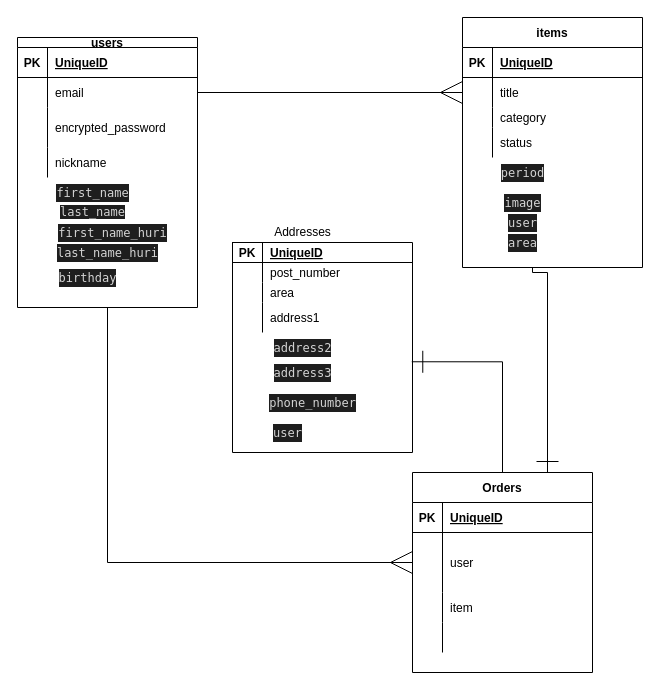
Above: furima.dio in Masahiro6280/furima-36771 (draw.io), before the change. Source tidied: cells renumbered, new cells numbered last; positions are measured from the earlier drawing's top-left corner, leaving out a move shared by most shapes. Both pictures are drawn from the tidied source at 100%, with x=0, y=0 at pixel (17, 17).
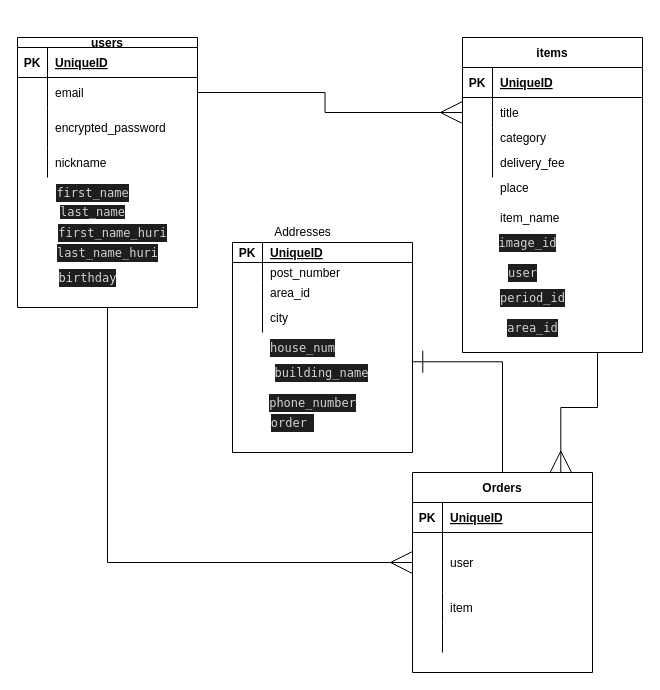
Above is the later version.

The change refers to these unchanged cells:
```xml
<mxCell id="27" style="shape=partialRectangle;fillColor=none;top=0;left=0;bottom=0;right=0;" parent="17" vertex="1">
  <mxGeometry y="110" width="180" height="30" as="geometry" />
</mxCell>
<mxCell id="37" style="shape=partialRectangle;fillColor=none;top=0;left=0;bottom=0;right=0;" parent="30" vertex="1">
  <mxGeometry y="40" width="180" height="20" as="geometry" />
</mxCell>
<mxCell id="40" style="shape=partialRectangle;fillColor=none;top=0;left=0;bottom=0;right=0;" parent="30" vertex="1">
  <mxGeometry y="60" width="180" height="30" as="geometry" />
</mxCell>
<mxCell id="45" value="Orders" style="shape=table;startSize=30;childLayout=tableLayout;rowLines=0;fontStyle=1;align=center;" parent="1" vertex="1">
  <mxGeometry x="395" y="455" width="180" height="200" as="geometry" />
</mxCell>
```

The edit, as a diff of the source:
```diff
@@
-    <mxCell id="16" style="edgeStyle=orthogonalEdgeStyle;rounded=0;jettySize=auto;html=1;endArrow=ERone;endFill=0;entryX=0.75;entryY=0;entryDx=0;entryDy=0;endSize=20;" parent="1" edge="1" target="45">
-      <mxGeometry relative="1" as="geometry">
-        <mxPoint x="530" y="250" as="sourcePoint" />
-        <Array as="points">
-          <mxPoint x="515" y="255" />
-          <mxPoint x="530" y="255" />
-        </Array>
-      </mxGeometry>
-    </mxCell>
+    <mxCell id="72" style="edgeStyle=orthogonalEdgeStyle;rounded=0;jettySize=auto;html=1;exitX=0.75;exitY=1;exitDx=0;exitDy=0;entryX=0.824;entryY=0.003;entryDx=0;entryDy=0;entryPerimeter=0;endArrow=ERmany;endFill=0;endSize=20;strokeWidth=1;" parent="1" edge="1" source="17" target="45">
+      <mxGeometry relative="1" as="geometry" />
+    </mxCell>
     <mxCell id="17" value="items" style="shape=table;startSize=30;childLayout=tableLayout;rowLines=0;fontStyle=1;align=center;" parent="1" vertex="1">
-      <mxGeometry x="445" width="180" height="250" as="geometry" />
+      <mxGeometry x="445" y="20" width="180" height="315" as="geometry" />
     </mxCell>
@@
-    <mxCell id="29" value="status" style="shape=partialRectangle;fillColor=none;top=0;left=0;bottom=0;right=0;align=left;spacingLeft=6;overflow=hidden;" parent="27" vertex="1">
+    <mxCell id="29" value="delivery_fee" style="shape=partialRectangle;fillColor=none;top=0;left=0;bottom=0;right=0;align=left;spacingLeft=6;overflow=hidden;" parent="27" vertex="1">
       <mxGeometry x="30" width="150" height="30" as="geometry" />
     </mxCell>
@@
-    <mxCell id="39" value="area " style="shape=partialRectangle;fillColor=none;top=0;left=0;bottom=0;right=0;align=left;spacingLeft=6;overflow=hidden;" parent="37" vertex="1">
+    <mxCell id="39" value="area_id" style="shape=partialRectangle;fillColor=none;top=0;left=0;bottom=0;right=0;align=left;spacingLeft=6;overflow=hidden;" parent="37" vertex="1">
       <mxGeometry x="30" width="150" height="20" as="geometry" />
     </mxCell>
@@
-    <mxCell id="42" value="address1   " style="shape=partialRectangle;fillColor=none;top=0;left=0;bottom=0;right=0;align=left;spacingLeft=6;overflow=hidden;" parent="40" vertex="1">
+    <mxCell id="42" value="city" style="shape=partialRectangle;fillColor=none;top=0;left=0;bottom=0;right=0;align=left;spacingLeft=6;overflow=hidden;" parent="40" vertex="1">
       <mxGeometry x="30" width="150" height="30" as="geometry" />
     </mxCell>
@@
-    <mxCell id="63" value="&lt;div style=&quot;color: rgb(212 , 212 , 212) ; background-color: rgb(30 , 30 , 30) ; font-family: &amp;#34;menlo&amp;#34; , &amp;#34;monaco&amp;#34; , &amp;#34;courier new&amp;#34; , monospace ; line-height: 18px&quot;&gt;area&lt;/div&gt;" style="text;html=1;align=center;verticalAlign=middle;strokeColor=none;" parent="1" vertex="1">
-      <mxGeometry x="485" y="215" width="40" height="20" as="geometry" />
+    <mxCell id="63" value="&lt;div style=&quot;color: rgb(212 , 212 , 212) ; background-color: rgb(30 , 30 , 30) ; font-family: &amp;#34;menlo&amp;#34; , &amp;#34;monaco&amp;#34; , &amp;#34;courier new&amp;#34; , monospace ; line-height: 18px&quot;&gt;area_id&lt;/div&gt;" style="text;html=1;align=center;verticalAlign=middle;strokeColor=none;" parent="1" vertex="1">
+      <mxGeometry x="480" y="300" width="70" height="20" as="geometry" />
     </mxCell>
-    <mxCell id="64" value="&lt;div style=&quot;color: rgb(212 , 212 , 212) ; background-color: rgb(30 , 30 , 30) ; font-family: &amp;#34;menlo&amp;#34; , &amp;#34;monaco&amp;#34; , &amp;#34;courier new&amp;#34; , monospace ; line-height: 18px&quot;&gt;period &lt;/div&gt;" style="text;html=1;align=center;verticalAlign=middle;strokeColor=none;" parent="1" vertex="1">
-      <mxGeometry x="475" y="145" width="60" height="20" as="geometry" />
+    <mxCell id="64" value="&lt;div style=&quot;color: rgb(212 , 212 , 212) ; background-color: rgb(30 , 30 , 30) ; font-family: &amp;#34;menlo&amp;#34; , &amp;#34;monaco&amp;#34; , &amp;#34;courier new&amp;#34; , monospace ; line-height: 18px&quot;&gt;period_id&lt;/div&gt;" style="text;html=1;align=center;verticalAlign=middle;strokeColor=none;" parent="1" vertex="1">
+      <mxGeometry x="475" y="270" width="80" height="20" as="geometry" />
     </mxCell>
-    <mxCell id="65" value="&lt;div style=&quot;color: rgb(212 , 212 , 212) ; background-color: rgb(30 , 30 , 30) ; font-family: &amp;#34;menlo&amp;#34; , &amp;#34;monaco&amp;#34; , &amp;#34;courier new&amp;#34; , monospace ; line-height: 18px&quot;&gt;image &lt;/div&gt;" style="text;html=1;align=center;verticalAlign=middle;strokeColor=none;" parent="1" vertex="1">
-      <mxGeometry x="480" y="175" width="50" height="20" as="geometry" />
+    <mxCell id="65" value="&lt;div style=&quot;color: rgb(212 , 212 , 212) ; background-color: rgb(30 , 30 , 30) ; font-family: &amp;#34;menlo&amp;#34; , &amp;#34;monaco&amp;#34; , &amp;#34;courier new&amp;#34; , monospace ; line-height: 18px&quot;&gt;image_id&lt;/div&gt;" style="text;html=1;align=center;verticalAlign=middle;strokeColor=none;" parent="1" vertex="1">
+      <mxGeometry x="475" y="215" width="70" height="20" as="geometry" />
     </mxCell>
     <mxCell id="66" value="&lt;div style=&quot;color: rgb(212 , 212 , 212) ; background-color: rgb(30 , 30 , 30) ; font-family: &amp;#34;menlo&amp;#34; , &amp;#34;monaco&amp;#34; , &amp;#34;courier new&amp;#34; , monospace ; line-height: 18px&quot;&gt;user  &lt;/div&gt;" style="text;html=1;align=center;verticalAlign=middle;strokeColor=none;" parent="1" vertex="1">
-      <mxGeometry x="485" y="195" width="40" height="20" as="geometry" />
+      <mxGeometry x="485" y="245" width="40" height="20" as="geometry" />
     </mxCell>
@@
-    <mxCell id="68" value="&lt;div style=&quot;color: rgb(212 , 212 , 212) ; background-color: rgb(30 , 30 , 30) ; font-family: &amp;#34;menlo&amp;#34; , &amp;#34;monaco&amp;#34; , &amp;#34;courier new&amp;#34; , monospace ; line-height: 18px&quot;&gt;address2 &lt;/div&gt;" style="text;html=1;align=center;verticalAlign=middle;strokeColor=none;" parent="1" vertex="1">
-      <mxGeometry x="250" y="320" width="70" height="20" as="geometry" />
+    <mxCell id="68" value="&lt;div style=&quot;color: rgb(212 , 212 , 212) ; background-color: rgb(30 , 30 , 30) ; font-family: &amp;#34;menlo&amp;#34; , &amp;#34;monaco&amp;#34; , &amp;#34;courier new&amp;#34; , monospace ; line-height: 18px&quot;&gt;house_num&lt;/div&gt;" style="text;html=1;align=center;verticalAlign=middle;strokeColor=none;" parent="1" vertex="1">
+      <mxGeometry x="245" y="320" width="80" height="20" as="geometry" />
     </mxCell>
-    <mxCell id="69" value="&lt;div style=&quot;color: rgb(212 , 212 , 212) ; background-color: rgb(30 , 30 , 30) ; font-family: &amp;#34;menlo&amp;#34; , &amp;#34;monaco&amp;#34; , &amp;#34;courier new&amp;#34; , monospace ; line-height: 18px&quot;&gt;address3 &lt;/div&gt;" style="text;html=1;align=center;verticalAlign=middle;strokeColor=none;" parent="1" vertex="1">
-      <mxGeometry x="250" y="345" width="70" height="20" as="geometry" />
+    <mxCell id="69" value="&lt;div style=&quot;color: rgb(212 , 212 , 212) ; background-color: rgb(30 , 30 , 30) ; font-family: &amp;#34;menlo&amp;#34; , &amp;#34;monaco&amp;#34; , &amp;#34;courier new&amp;#34; , monospace ; line-height: 18px&quot;&gt;building_name&lt;/div&gt;" style="text;html=1;align=center;verticalAlign=middle;strokeColor=none;" parent="1" vertex="1">
+      <mxGeometry x="249" y="345" width="110" height="20" as="geometry" />
     </mxCell>
@@
-    <mxCell id="71" value="&lt;div style=&quot;color: rgb(212 , 212 , 212) ; background-color: rgb(30 , 30 , 30) ; font-family: &amp;#34;menlo&amp;#34; , &amp;#34;monaco&amp;#34; , &amp;#34;courier new&amp;#34; , monospace ; line-height: 18px&quot;&gt;user&lt;/div&gt;" style="text;html=1;align=center;verticalAlign=middle;strokeColor=none;" parent="1" vertex="1">
-      <mxGeometry x="250" y="405" width="40" height="20" as="geometry" />
-    </mxCell>
+    <mxCell id="73" value="place" style="shape=partialRectangle;fillColor=none;top=0;left=0;bottom=0;right=0;align=left;spacingLeft=6;overflow=hidden;" parent="1" vertex="1">
+      <mxGeometry x="475" y="155" width="150" height="30" as="geometry" />
+    </mxCell>
+    <mxCell id="74" value="item_name" style="shape=partialRectangle;fillColor=none;top=0;left=0;bottom=0;right=0;align=left;spacingLeft=6;overflow=hidden;" parent="1" vertex="1">
+      <mxGeometry x="475" y="185" width="150" height="30" as="geometry" />
+    </mxCell>
+    <mxCell id="75" value="&lt;div style=&quot;color: rgb(212 , 212 , 212) ; background-color: rgb(30 , 30 , 30) ; font-family: &amp;#34;menlo&amp;#34; , &amp;#34;monaco&amp;#34; , &amp;#34;courier new&amp;#34; , monospace ; line-height: 18px&quot;&gt;order&amp;nbsp;&lt;/div&gt;" style="text;html=1;align=center;verticalAlign=middle;strokeColor=none;" parent="1" vertex="1">
+      <mxGeometry x="245" y="395" width="60" height="20" as="geometry" />
+    </mxCell>
```
